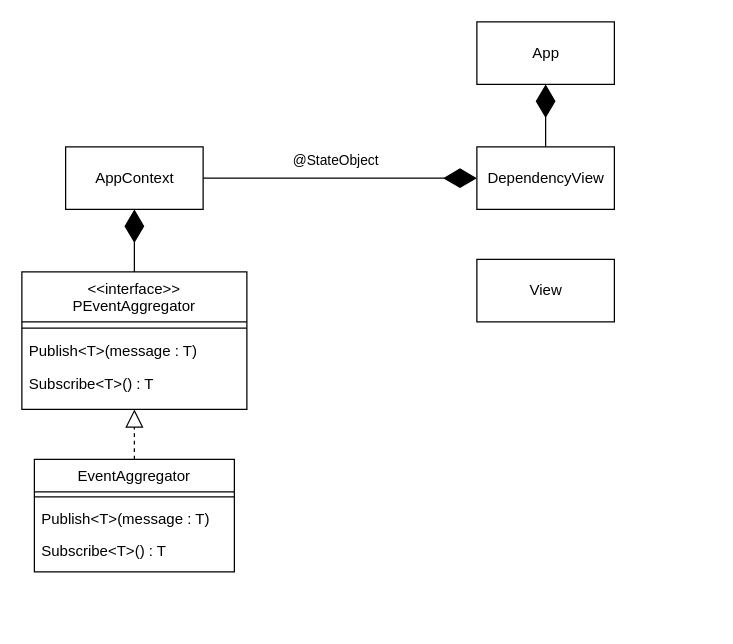
Above: Untitled Diagram.drawio in eatdevsleep/Draw-IO-Diagrams (draw.io), before the change. Source tidied: cells renumbered, new cells numbered last; positions are measured from the earlier drawing's top-left corner, leaving out a move shared by most shapes. Both pictures are drawn from the tidied source at 125%, with x=0, y=0 at pixel (21, 21).
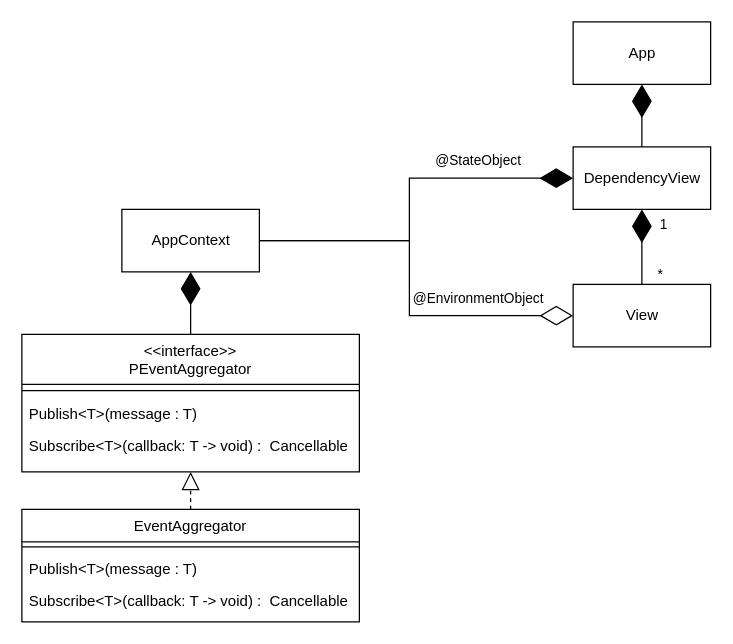
The same page after the edit.

Commit message (it also covers changes not shown here):
SwiftUI Event Aggregator.drawio

Change to the diagram source:
```diff
@@
     <mxCell id="2" value="EventAggregator" style="swimlane;fontStyle=0;align=center;verticalAlign=top;horizontal=1;startSize=26;rounded=0;shadow=0;strokeWidth=1;" parent="1" vertex="1">
-      <mxGeometry x="10" y="350" width="160" height="90" as="geometry" />
+      <mxGeometry y="390" width="270" height="90" as="geometry" />
     </mxCell>
     <mxCell id="3" style="line;html=1;strokeWidth=1;align=left;verticalAlign=middle;spacingTop=-1;spacingLeft=3;spacingRight=3;labelPosition=right;" parent="2" vertex="1">
-      <mxGeometry y="26" width="160" height="8" as="geometry" />
+      <mxGeometry y="26" width="270" height="8" as="geometry" />
     </mxCell>
     <mxCell id="4" value="Publish&lt;T&gt;(message : T)" style="text;align=left;verticalAlign=top;spacingLeft=4;spacingRight=4;overflow=hidden;" parent="2" vertex="1">
-      <mxGeometry y="34" width="160" height="26" as="geometry" />
+      <mxGeometry y="34" width="270" height="26" as="geometry" />
     </mxCell>
-    <mxCell id="5" value="Subscribe&lt;T&gt;() : T" style="text;align=left;verticalAlign=top;spacingLeft=4;spacingRight=4;overflow=hidden;" parent="2" vertex="1">
-      <mxGeometry y="60" width="160" height="26" as="geometry" />
+    <mxCell id="5" value="Subscribe&lt;T&gt;(callback: T -&gt; void) :  Cancellable" style="text;align=left;verticalAlign=top;spacingLeft=4;spacingRight=4;overflow=hidden;" parent="2" vertex="1">
+      <mxGeometry y="60" width="270" height="20" as="geometry" />
     </mxCell>
@@
     <mxCell id="8" value="&lt;&lt;interface&gt;&gt;&#10;PEventAggregator" style="swimlane;fontStyle=0;align=center;verticalAlign=top;horizontal=1;startSize=40;rounded=0;shadow=0;strokeWidth=1;" parent="1" vertex="1">
-      <mxGeometry y="200" width="180" height="110" as="geometry" />
+      <mxGeometry y="250" width="270" height="110" as="geometry" />
     </mxCell>
     <mxCell id="9" style="line;html=1;strokeWidth=1;align=left;verticalAlign=middle;spacingTop=-1;spacingLeft=3;spacingRight=3;labelPosition=right;" parent="8" vertex="1">
-      <mxGeometry y="40" width="180" height="10" as="geometry" />
+      <mxGeometry y="40" width="270" height="10" as="geometry" />
     </mxCell>
     <mxCell id="10" value="Publish&lt;T&gt;(message : T)" style="text;align=left;verticalAlign=top;spacingLeft=4;spacingRight=4;overflow=hidden;" parent="8" vertex="1">
-      <mxGeometry y="50" width="180" height="26" as="geometry" />
+      <mxGeometry y="50" width="270" height="26" as="geometry" />
     </mxCell>
-    <mxCell id="11" value="Subscribe&lt;T&gt;() : T" style="text;align=left;verticalAlign=top;spacingLeft=4;spacingRight=4;overflow=hidden;" parent="8" vertex="1">
-      <mxGeometry y="76" width="180" height="24" as="geometry" />
+    <mxCell id="11" value="Subscribe&lt;T&gt;(callback: T -&gt; void) :  Cancellable" style="text;align=left;verticalAlign=top;spacingLeft=4;spacingRight=4;overflow=hidden;" parent="8" vertex="1">
+      <mxGeometry y="76" width="270" height="34" as="geometry" />
     </mxCell>
     <mxCell id="12" value="AppContext" style="html=1;" parent="1" vertex="1">
-      <mxGeometry x="35" y="100" width="110" height="50" as="geometry" />
+      <mxGeometry x="80" y="150" width="110" height="50" as="geometry" />
     </mxCell>
     <mxCell id="13" value="App" style="html=1;" parent="1" vertex="1">
-      <mxGeometry x="364" width="110" height="50" as="geometry" />
+      <mxGeometry x="441" width="110" height="50" as="geometry" />
     </mxCell>
     <mxCell id="14" value="DependencyView" style="html=1;" parent="1" vertex="1">
-      <mxGeometry x="364" y="100" width="110" height="50" as="geometry" />
+      <mxGeometry x="441" y="100" width="110" height="50" as="geometry" />
     </mxCell>
@@
     <mxCell id="16" style="endArrow=diamondThin;endFill=1;endSize=24;html=1;rounded=0;exitX=1;exitY=0.5;exitDx=0;exitDy=0;entryX=0;entryY=0.5;entryDx=0;entryDy=0;" parent="1" edge="1" source="12" target="14">
-      <mxGeometry relative="1" as="geometry" />
+      <mxGeometry relative="1" as="geometry">
+        <Array as="points">
+          <mxPoint x="310" y="175" />
+          <mxPoint x="310" y="125" />
+        </Array>
+      </mxGeometry>
     </mxCell>
     <mxCell id="17" value="@StateObject&lt;br&gt;" style="edgeLabel;html=1;align=center;verticalAlign=middle;" parent="16" vertex="1">
       <mxGeometry x="-0.25" y="-2" relative="1" as="geometry">
-        <mxPoint x="23" y="-17" as="offset" />
+        <mxPoint x="61" y="-67" as="offset" />
       </mxGeometry>
     </mxCell>
     <mxCell id="18" value="View" style="html=1;" parent="1" vertex="1">
-      <mxGeometry x="364" y="190" width="110" height="50" as="geometry" />
+      <mxGeometry x="441" y="210" width="110" height="50" as="geometry" />
     </mxCell>
+    <mxCell id="19" style="endArrow=diamondThin;html=1;rounded=0;targetPerimeterSpacing=0;endFill=1;entryX=0.5;entryY=1;entryDx=0;entryDy=0;exitX=0.5;exitY=0;exitDx=0;exitDy=0;endSize=24;startSize=24;" parent="1" edge="1" source="18" target="14">
+      <mxGeometry relative="1" as="geometry" />
+    </mxCell>
+    <mxCell id="20" value="*" style="edgeLabel;html=1;align=left;verticalAlign=bottom;" parent="19" vertex="1">
+      <mxGeometry x="-1" relative="1" as="geometry">
+        <mxPoint x="11" as="offset" />
+      </mxGeometry>
+    </mxCell>
+    <mxCell id="21" value="1&lt;br&gt;" style="edgeLabel;html=1;align=right;verticalAlign=bottom;" parent="19" vertex="1">
+      <mxGeometry x="1" relative="1" as="geometry">
+        <mxPoint x="21" y="20" as="offset" />
+      </mxGeometry>
+    </mxCell>
+    <mxCell id="22" style="endArrow=diamondThin;endFill=0;endSize=24;html=1;rounded=0;targetPerimeterSpacing=0;entryX=0;entryY=0.5;entryDx=0;entryDy=0;exitX=1;exitY=0.5;exitDx=0;exitDy=0;" parent="1" edge="1" source="12" target="18">
+      <mxGeometry relative="1" as="geometry">
+        <Array as="points">
+          <mxPoint x="310" y="175" />
+          <mxPoint x="310" y="235" />
+        </Array>
+      </mxGeometry>
+    </mxCell>
+    <mxCell id="23" value="@EnvironmentObject" style="edgeLabel;html=1;align=center;verticalAlign=middle;" parent="22" vertex="1">
+      <mxGeometry x="0.35" y="-1" relative="1" as="geometry">
+        <mxPoint x="24" y="-16" as="offset" />
+      </mxGeometry>
+    </mxCell>
```
